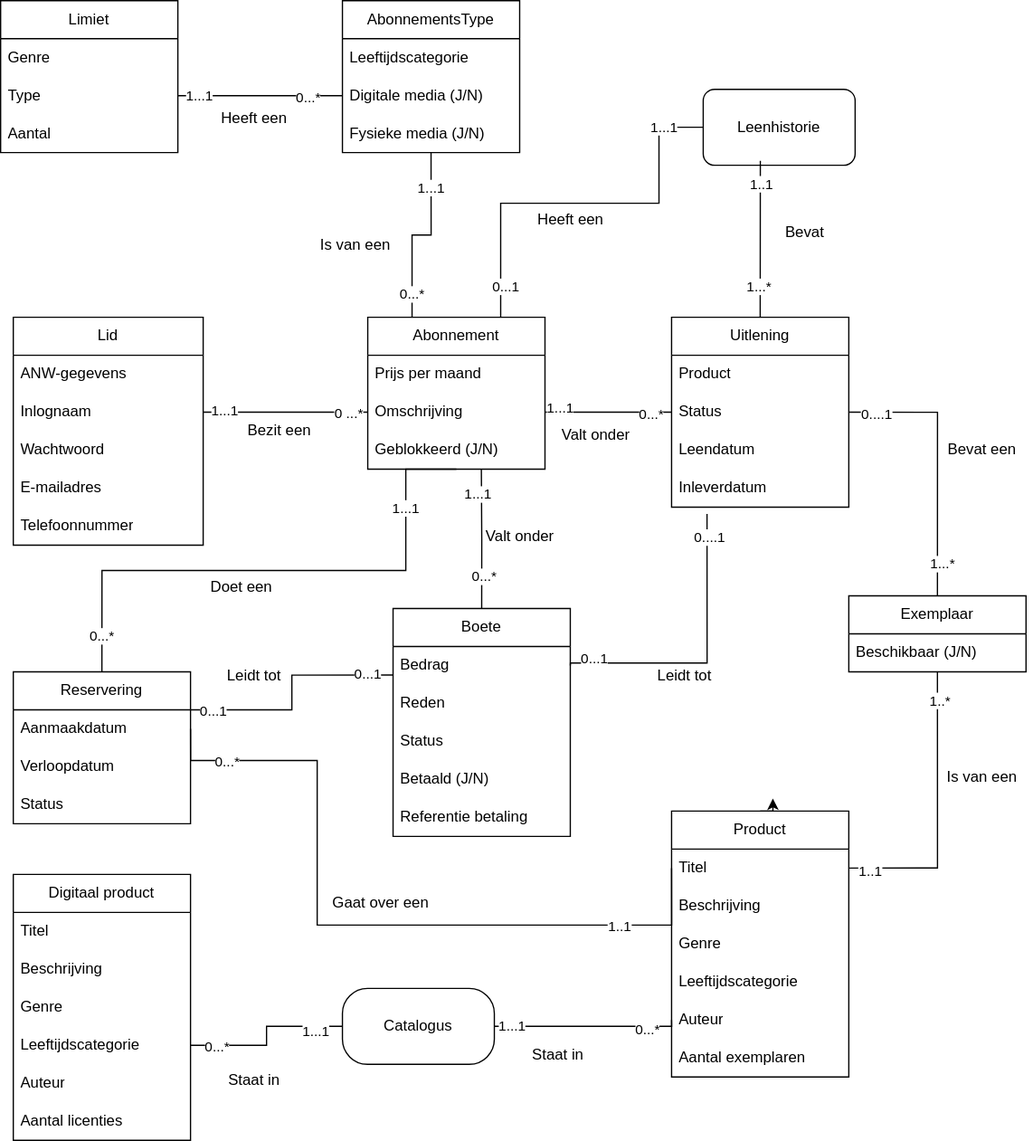
Before: documents/domain-model/domain-model.svg, a diagram exported from draw.io (pieter-groenendijk/oose-library-management-system). Source tidied: cells renumbered, new cells last; positions are measured from the earlier drawing's top-left corner, leaving out a move shared by most shapes.
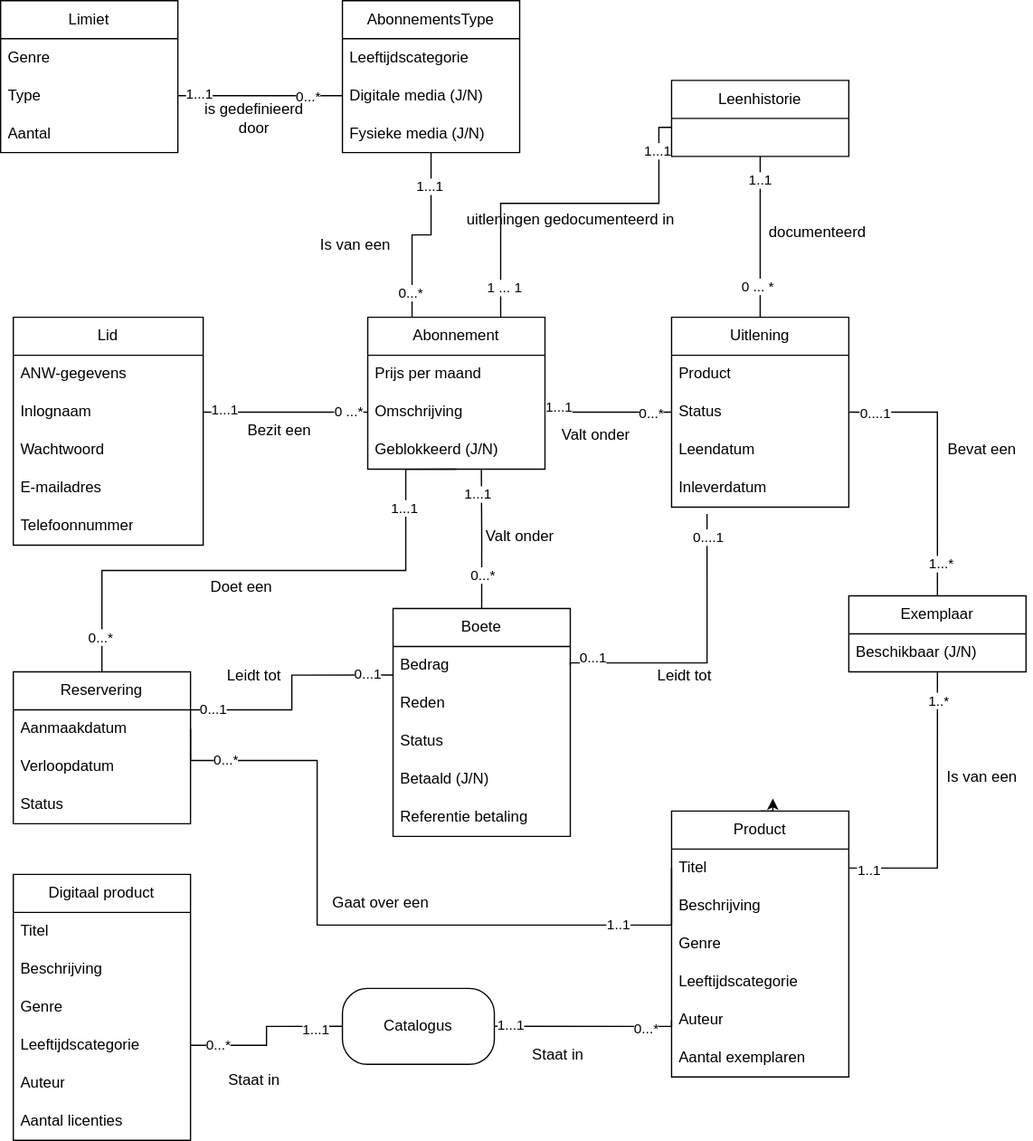
The same diagram one commit later.

Commit message:
Improved 'leenhistorie' concept, see domain-model-changes.md

Change to the diagram source:
```diff
@@ -29,7 +29,7 @@
     <mxCell id="10" value="1...1" style="edgeLabel;html=1;align=center;verticalAlign=middle;" parent="8" vertex="1">
       <mxGeometry x="0.63" y="1" relative="1" as="geometry" />
     </mxCell>
-    <mxCell id="11" style="edgeStyle=orthogonalEdgeStyle;rounded=0;jettySize=auto;html=1;exitX=0.75;exitY=0;exitDx=0;exitDy=0;entryX=0;entryY=0.5;entryDx=0;entryDy=0;endArrow=none;endFill=0;" parent="1" edge="1" source="14" target="75">
+    <mxCell id="11" style="edgeStyle=orthogonalEdgeStyle;rounded=0;jettySize=auto;html=1;exitX=0.75;exitY=0;exitDx=0;exitDy=0;endArrow=none;endFill=0;" parent="1" edge="1" source="14" target="75">
       <mxGeometry relative="1" as="geometry">
         <Array as="points">
           <mxPoint x="395" y="160" />
@@ -38,7 +38,7 @@
         </Array>
       </mxGeometry>
     </mxCell>
-    <mxCell id="12" value="0...1" style="edgeLabel;html=1;align=center;verticalAlign=middle;" parent="11" vertex="1">
+    <mxCell id="12" value="1 ... 1" style="edgeLabel;html=1;align=center;verticalAlign=middle;" parent="11" vertex="1">
       <mxGeometry x="-0.84" y="-3" relative="1" as="geometry" />
     </mxCell>
     <mxCell id="13" value="1...1" style="edgeLabel;html=1;align=center;verticalAlign=middle;" parent="11" vertex="1">
@@ -246,16 +246,13 @@
     <mxCell id="74" value="0....1" style="edgeLabel;html=1;align=center;verticalAlign=middle;" parent="72" vertex="1">
       <mxGeometry x="0.84" y="-1" relative="1" as="geometry" />
     </mxCell>
-    <mxCell id="75" value="Leenhistorie" style="rounded=1;whiteSpace=wrap;html=1;" parent="1" vertex="1">
-      <mxGeometry x="555" y="70" width="120" height="60" as="geometry" />
-    </mxCell>
-    <mxCell id="76" style="edgeStyle=orthogonalEdgeStyle;rounded=0;jettySize=auto;html=1;exitX=0.5;exitY=0;exitDx=0;exitDy=0;entryX=0.376;entryY=0.943;entryDx=0;entryDy=0;entryPerimeter=0;endArrow=none;endFill=0;" parent="1" edge="1" source="25" target="75">
+    <mxCell id="76" style="edgeStyle=orthogonalEdgeStyle;rounded=0;jettySize=auto;html=1;exitX=0.5;exitY=0;exitDx=0;exitDy=0;endArrow=none;endFill=0;" parent="1" edge="1" source="25" target="75">
       <mxGeometry relative="1" as="geometry" />
     </mxCell>
     <mxCell id="77" value="1..1" style="edgeLabel;html=1;align=center;verticalAlign=middle;" parent="76" vertex="1">
       <mxGeometry x="0.71" relative="1" as="geometry" />
     </mxCell>
-    <mxCell id="78" value="1...*" style="edgeLabel;html=1;align=center;verticalAlign=middle;" parent="76" vertex="1">
+    <mxCell id="78" value="0 ... *" style="edgeLabel;html=1;align=center;verticalAlign=middle;" parent="76" vertex="1">
       <mxGeometry x="-0.61" y="2" relative="1" as="geometry" />
     </mxCell>
     <mxCell id="79" style="edgeStyle=orthogonalEdgeStyle;rounded=0;jettySize=auto;html=1;exitX=1;exitY=0.5;exitDx=0;exitDy=0;endArrow=none;endFill=0;" parent="1" edge="1" source="32">
@@ -327,8 +324,8 @@
     <mxCell id="98" value="Aantal licenties" style="text;strokeColor=none;fillColor=none;align=left;verticalAlign=middle;spacingLeft=4;spacingRight=4;overflow=hidden;whiteSpace=wrap;html=1;" parent="92" vertex="1">
       <mxGeometry y="180" width="140" height="30" as="geometry" />
     </mxCell>
-    <mxCell id="99" value="Heeft een" style="text;html=1;align=center;verticalAlign=middle;strokeColor=none;fillColor=none;" parent="1" vertex="1">
-      <mxGeometry x="160" y="78" width="80" height="30" as="geometry" />
+    <mxCell id="99" value="&lt;div&gt;is gedefinieerd&lt;/div&gt;&lt;div&gt;door&lt;br&gt;&lt;/div&gt;" style="text;html=1;align=center;verticalAlign=middle;strokeColor=none;fillColor=none;" parent="1" vertex="1">
+      <mxGeometry x="155" y="73" width="90" height="40" as="geometry" />
     </mxCell>
     <mxCell id="100" value="Bezit een" style="text;html=1;align=center;verticalAlign=middle;strokeColor=none;fillColor=none;" parent="1" vertex="1">
       <mxGeometry x="185" y="325" width="70" height="30" as="geometry" />
@@ -336,11 +333,11 @@
     <mxCell id="101" value="Is van een" style="text;html=1;align=center;verticalAlign=middle;strokeColor=none;fillColor=none;" parent="1" vertex="1">
       <mxGeometry x="240" y="178" width="80" height="30" as="geometry" />
     </mxCell>
-    <mxCell id="102" value="Heeft een" style="text;html=1;align=center;verticalAlign=middle;strokeColor=none;fillColor=none;" parent="1" vertex="1">
-      <mxGeometry x="410" y="158" width="80" height="30" as="geometry" />
+    <mxCell id="102" value="uitleningen gedocumenteerd in" style="text;html=1;align=center;verticalAlign=middle;strokeColor=none;fillColor=none;" parent="1" vertex="1">
+      <mxGeometry x="365" y="158" width="170" height="30" as="geometry" />
     </mxCell>
-    <mxCell id="103" value="Bevat" style="text;html=1;align=center;verticalAlign=middle;strokeColor=none;fillColor=none;" parent="1" vertex="1">
-      <mxGeometry x="610" y="168" width="50" height="30" as="geometry" />
+    <mxCell id="103" value="documenteerd" style="text;html=1;align=center;verticalAlign=middle;strokeColor=none;fillColor=none;" parent="1" vertex="1">
+      <mxGeometry x="600" y="168" width="90" height="30" as="geometry" />
     </mxCell>
     <mxCell id="104" value="Valt onder" style="text;html=1;align=center;verticalAlign=middle;strokeColor=none;fillColor=none;" parent="1" vertex="1">
       <mxGeometry x="430" y="328" width="80" height="30" as="geometry" />
@@ -372,5 +369,8 @@
     <mxCell id="113" value="Leidt tot" style="text;html=1;align=center;verticalAlign=middle;strokeColor=none;fillColor=none;" parent="1" vertex="1">
       <mxGeometry x="505" y="518" width="70" height="30" as="geometry" />
     </mxCell>
+    <mxCell id="75" value="Leenhistorie" style="swimlane;fontStyle=0;horizontal=1;startSize=30;whiteSpace=wrap;html=1;" parent="1" vertex="1">
+      <mxGeometry x="530" y="63" width="140" height="60" as="geometry" />
+    </mxCell>
   </root>
 </mxGraphModel>
```
